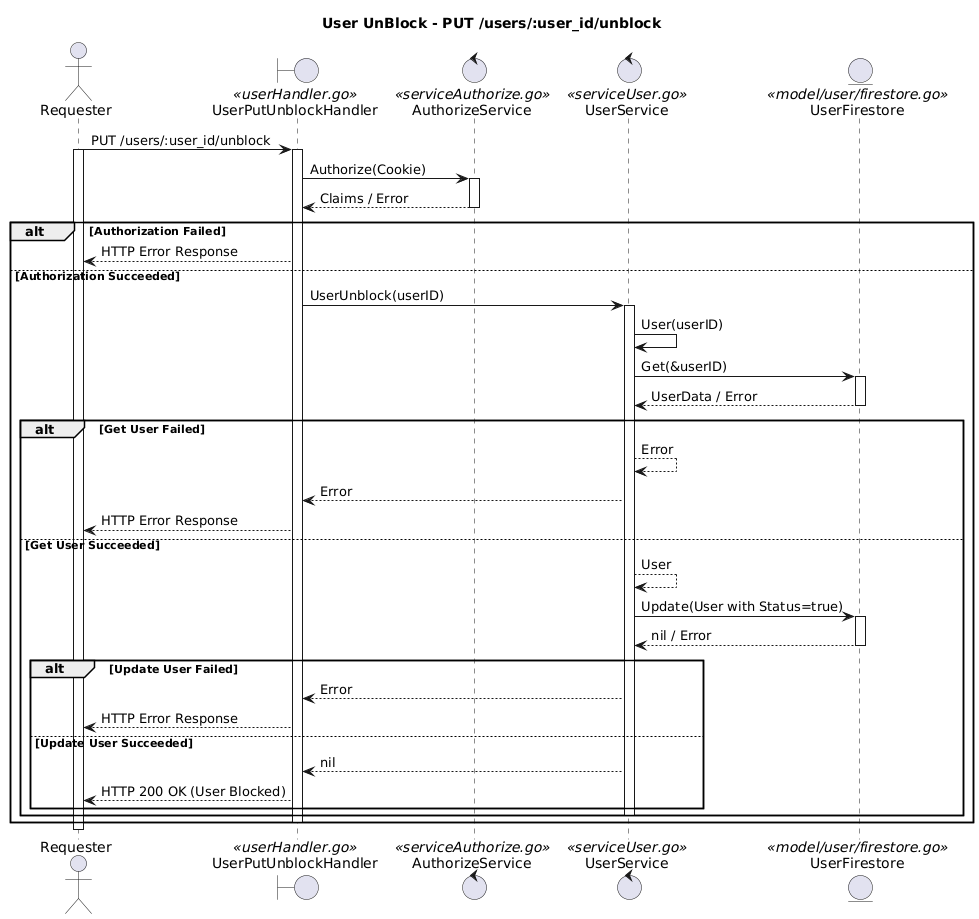
Earlier version of the PlantUML export docs/Un(Block)/SequenciaUserUnblock.png (JulioKobayashiEbury/BankingAPI).
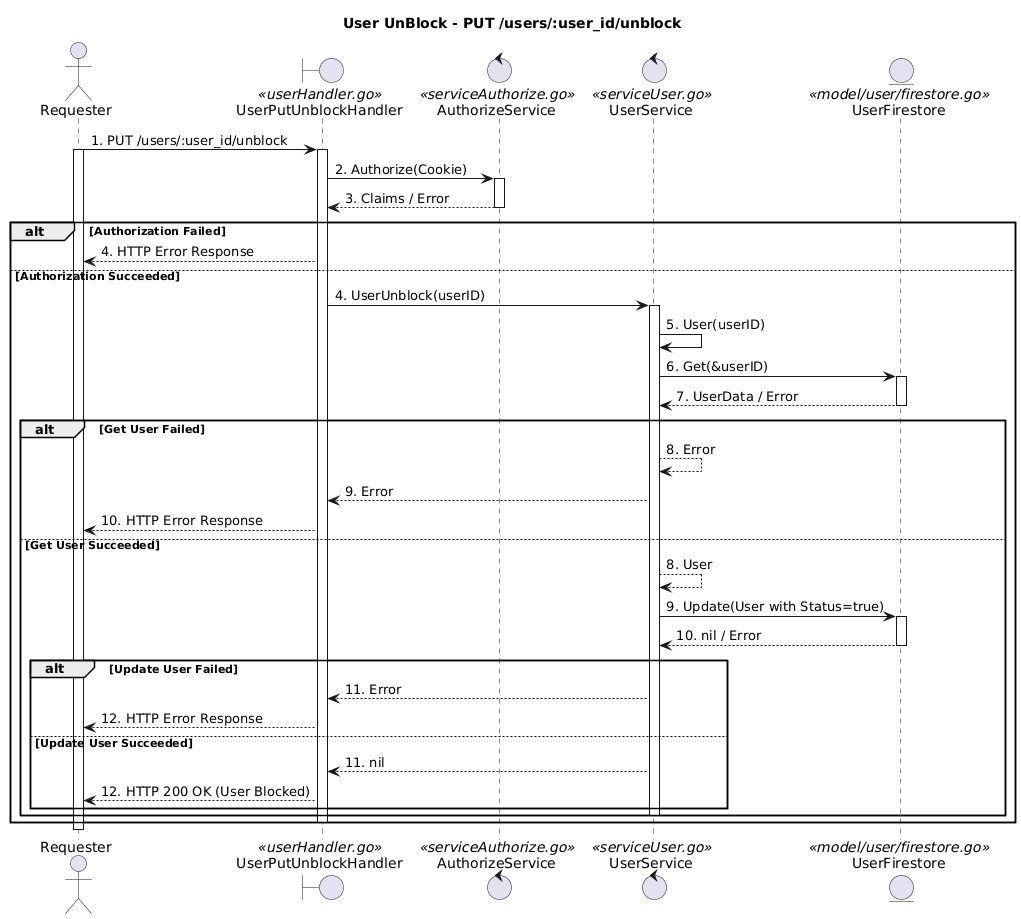
The same file after the commit.

What changed in the source:
```diff
@@ -7,39 +7,39 @@
 control UserService <<serviceUser.go>>
 entity UserFirestore <<model/user/firestore.go>>
 
-Requester -> UserPutUnblockHandler : PUT /users/:user_id/unblock
+Requester -> UserPutUnblockHandler : 1. PUT /users/:user_id/unblock
 activate Requester
 activate UserPutUnblockHandler
-UserPutUnblockHandler -> AuthorizeService : Authorize(Cookie)
+UserPutUnblockHandler -> AuthorizeService : 2. Authorize(Cookie)
 activate AuthorizeService
-AuthorizeService --> UserPutUnblockHandler : Claims / Error
+AuthorizeService --> UserPutUnblockHandler : 3. Claims / Error
 deactivate AuthorizeService
 alt Authorization Failed
-    UserPutUnblockHandler --> Requester : HTTP Error Response
+    UserPutUnblockHandler --> Requester : 4. HTTP Error Response
 else Authorization Succeeded
-    UserPutUnblockHandler -> UserService : UserUnblock(userID)
+    UserPutUnblockHandler -> UserService : 4. UserUnblock(userID)
     activate UserService
-    UserService -> UserService : User(userID)
-    UserService -> UserFirestore : Get(&userID)
+    UserService -> UserService : 5. User(userID)
+    UserService -> UserFirestore : 6. Get(&userID)
     activate UserFirestore
-    UserFirestore --> UserService : UserData / Error
+    UserFirestore --> UserService : 7. UserData / Error
     deactivate UserFirestore
     alt Get User Failed
-        UserService --> UserService : Error
-        UserService --> UserPutUnblockHandler : Error
-        UserPutUnblockHandler --> Requester : HTTP Error Response
+        UserService --> UserService : 8. Error
+        UserService --> UserPutUnblockHandler : 9. Error
+        UserPutUnblockHandler --> Requester : 10. HTTP Error Response
     else Get User Succeeded
-        UserService --> UserService : User
-        UserService -> UserFirestore : Update(User with Status=true)
+        UserService --> UserService : 8. User
+        UserService -> UserFirestore : 9. Update(User with Status=true)
         activate UserFirestore
-        UserFirestore --> UserService : nil / Error
+        UserFirestore --> UserService : 10. nil / Error
         deactivate UserFirestore
         alt Update User Failed
-            UserService --> UserPutUnblockHandler : Error
-            UserPutUnblockHandler --> Requester : HTTP Error Response
+            UserService --> UserPutUnblockHandler : 11. Error
+            UserPutUnblockHandler --> Requester : 12. HTTP Error Response
         else Update User Succeeded
-            UserService --> UserPutUnblockHandler : nil
-            UserPutUnblockHandler --> Requester : HTTP 200 OK (User Blocked)
+            UserService --> UserPutUnblockHandler : 11. nil
+            UserPutUnblockHandler --> Requester : 12. HTTP 200 OK (User Blocked)
         end
         deactivate UserService
     end
```
